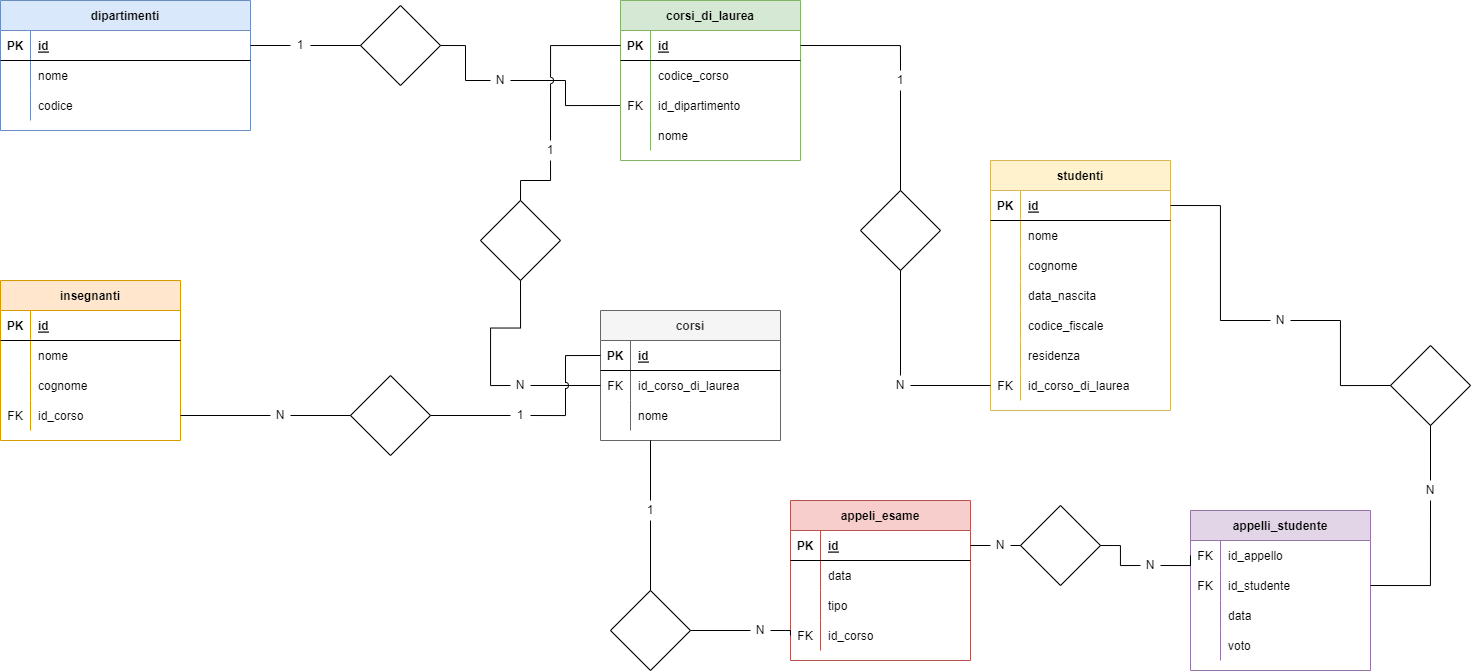
Earlier version of the draw.io export db-university.drawio.png (Stiv1100001/db-university). Source tidied: cells renumbered, new cells last; positions are measured from the earlier drawing's top-left corner, leaving out a move shared by most shapes.
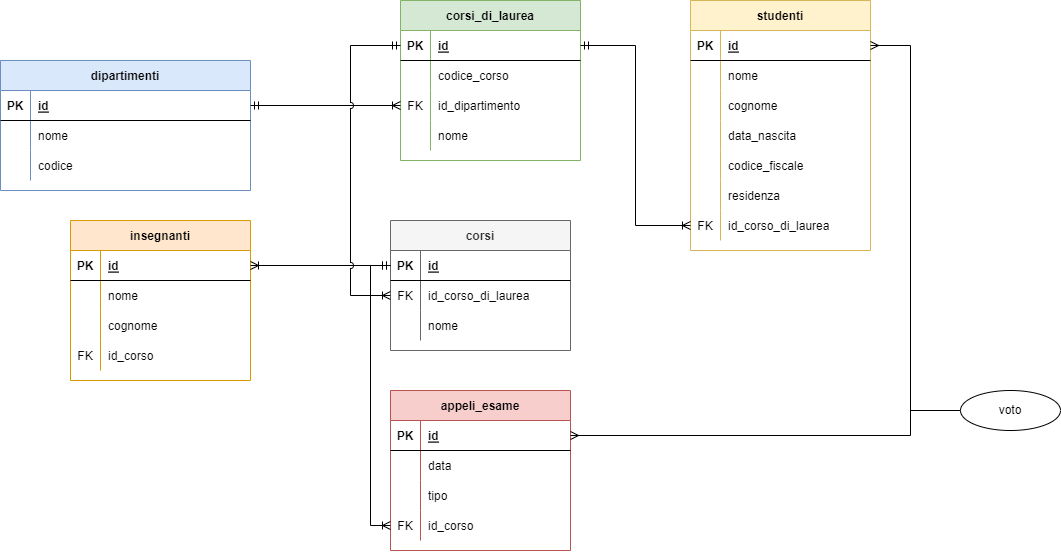
After the commit.

Change to the diagram source:
```diff
@@ -4,7 +4,4 @@
     <mxCell id="1" parent="0" />
-    <mxCell id="2" style="edgeStyle=orthogonalEdgeStyle;rounded=0;jettySize=auto;html=1;exitX=1;exitY=0.5;exitDx=0;exitDy=0;entryX=0;entryY=0.5;entryDx=0;entryDy=0;endArrow=none;endFill=0;startArrow=none;" parent="1" edge="1" source="57" target="20">
-      <mxGeometry relative="1" as="geometry" />
-    </mxCell>
     <mxCell id="3" value="dipartimenti" style="shape=table;startSize=30;rowLines=0;fontStyle=1;align=center;fillColor=#dae8fc;strokeColor=#6c8ebf;" parent="1" vertex="1">
-      <mxGeometry width="250" height="130" as="geometry" />
+      <mxGeometry y="60" width="250" height="130" as="geometry" />
     </mxCell>
@@ -38,3 +35,3 @@
     <mxCell id="13" value="corsi_di_laurea" style="shape=table;startSize=30;rowLines=0;fontStyle=1;align=center;fillColor=#d5e8d4;strokeColor=#82b366;" parent="1" vertex="1">
-      <mxGeometry x="620" width="180" height="160" as="geometry" />
+      <mxGeometry x="400" width="180" height="160" as="geometry" />
     </mxCell>
@@ -76,10 +73,4 @@
     </mxCell>
-    <mxCell id="26" style="rhombus;whiteSpace=wrap;html=1;" parent="1" vertex="1">
-      <mxGeometry x="360" y="5" width="80" height="80" as="geometry" />
-    </mxCell>
-    <mxCell id="27" style="edgeStyle=orthogonalEdgeStyle;rounded=0;jettySize=auto;html=1;exitX=1;exitY=0.5;exitDx=0;exitDy=0;entryX=0;entryY=0.5;entryDx=0;entryDy=0;endArrow=none;endFill=0;startArrow=none;" parent="1" edge="1" source="55" target="26">
-      <mxGeometry relative="1" as="geometry" />
-    </mxCell>
     <mxCell id="28" value="corsi" style="shape=table;startSize=30;rowLines=0;fontStyle=1;align=center;fillColor=#f5f5f5;fontColor=#333333;strokeColor=#666666;" parent="1" vertex="1">
-      <mxGeometry x="600" y="310" width="180" height="130" as="geometry" />
+      <mxGeometry x="390" y="220" width="180" height="130" as="geometry" />
     </mxCell>
@@ -112,10 +103,4 @@
     </mxCell>
-    <mxCell id="38" style="rhombus;whiteSpace=wrap;html=1;" parent="1" vertex="1">
-      <mxGeometry x="480" y="200" width="80" height="80" as="geometry" />
-    </mxCell>
-    <mxCell id="39" style="edgeStyle=orthogonalEdgeStyle;rounded=0;jettySize=auto;html=1;exitX=0;exitY=0.5;exitDx=0;exitDy=0;endArrow=none;endFill=0;entryX=0.5;entryY=1;entryDx=0;entryDy=0;startArrow=none;" parent="1" edge="1" source="62" target="38">
-      <mxGeometry relative="1" as="geometry" />
-    </mxCell>
     <mxCell id="40" value="insegnanti" style="shape=table;startSize=30;rowLines=0;fontStyle=1;align=center;fillColor=#ffe6cc;strokeColor=#d79b00;" parent="1" vertex="1">
-      <mxGeometry y="280" width="180" height="160" as="geometry" />
+      <mxGeometry x="70" y="220" width="180" height="160" as="geometry" />
     </mxCell>
@@ -157,57 +142,4 @@
     </mxCell>
-    <mxCell id="53" style="edgeStyle=orthogonalEdgeStyle;rounded=0;jettySize=auto;html=1;exitX=0;exitY=0.5;exitDx=0;exitDy=0;entryX=1;entryY=0.5;entryDx=0;entryDy=0;endArrow=none;endFill=0;startArrow=none;" parent="1" edge="1" source="67" target="50">
-      <mxGeometry relative="1" as="geometry" />
-    </mxCell>
-    <mxCell id="54" style="rhombus;whiteSpace=wrap;html=1;" parent="1" vertex="1">
-      <mxGeometry x="350" y="375" width="80" height="80" as="geometry" />
-    </mxCell>
-    <mxCell id="55" value="1" style="text;html=1;strokeColor=none;fillColor=none;align=center;verticalAlign=middle;whiteSpace=wrap;rounded=0;" parent="1" vertex="1">
-      <mxGeometry x="290" y="35" width="20" height="20" as="geometry" />
-    </mxCell>
-    <mxCell id="56" style="edgeStyle=orthogonalEdgeStyle;rounded=0;jettySize=auto;html=1;exitX=1;exitY=0.5;exitDx=0;exitDy=0;entryX=0;entryY=0.5;entryDx=0;entryDy=0;endArrow=none;endFill=0;" parent="1" edge="1" source="4" target="55">
-      <mxGeometry relative="1" as="geometry" />
-    </mxCell>
-    <mxCell id="57" value="N" style="text;html=1;strokeColor=none;fillColor=none;align=center;verticalAlign=middle;whiteSpace=wrap;rounded=0;" parent="1" vertex="1">
-      <mxGeometry x="490" y="70" width="20" height="20" as="geometry" />
-    </mxCell>
-    <mxCell id="58" style="edgeStyle=orthogonalEdgeStyle;rounded=0;jettySize=auto;html=1;exitX=1;exitY=0.5;exitDx=0;exitDy=0;endArrow=none;endFill=0;startArrow=none;entryX=0;entryY=0.5;entryDx=0;entryDy=0;" parent="1" edge="1" source="26" target="57">
-      <mxGeometry relative="1" as="geometry" />
-    </mxCell>
-    <mxCell id="59" style="edgeStyle=orthogonalEdgeStyle;rounded=0;jettySize=auto;html=1;exitX=0.5;exitY=0;exitDx=0;exitDy=0;entryX=0;entryY=0.5;entryDx=0;entryDy=0;endArrow=none;endFill=0;jumpStyle=arc;" parent="1" edge="1" source="60" target="14">
-      <mxGeometry relative="1" as="geometry">
-        <Array as="points">
-          <mxPoint x="550" y="140" />
-          <mxPoint x="550" y="45" />
-        </Array>
-      </mxGeometry>
-    </mxCell>
-    <mxCell id="60" value="1" style="text;html=1;strokeColor=none;fillColor=none;align=center;verticalAlign=middle;whiteSpace=wrap;rounded=0;" parent="1" vertex="1">
-      <mxGeometry x="540" y="140" width="20" height="20" as="geometry" />
-    </mxCell>
-    <mxCell id="61" style="edgeStyle=orthogonalEdgeStyle;rounded=0;jettySize=auto;html=1;exitX=0.5;exitY=0;exitDx=0;exitDy=0;entryX=0.5;entryY=1;entryDx=0;entryDy=0;endArrow=none;endFill=0;startArrow=none;" parent="1" edge="1" source="38" target="60">
-      <mxGeometry relative="1" as="geometry" />
-    </mxCell>
-    <mxCell id="62" value="N" style="text;html=1;strokeColor=none;fillColor=none;align=center;verticalAlign=middle;whiteSpace=wrap;rounded=0;" parent="1" vertex="1">
-      <mxGeometry x="510" y="375" width="20" height="20" as="geometry" />
-    </mxCell>
-    <mxCell id="63" style="edgeStyle=orthogonalEdgeStyle;rounded=0;jettySize=auto;html=1;exitX=0;exitY=0.5;exitDx=0;exitDy=0;endArrow=none;endFill=0;entryX=1;entryY=0.5;entryDx=0;entryDy=0;" parent="1" edge="1" source="32" target="62">
-      <mxGeometry relative="1" as="geometry" />
-    </mxCell>
-    <mxCell id="64" style="edgeStyle=orthogonalEdgeStyle;rounded=0;jettySize=auto;html=1;exitX=0;exitY=0.5;exitDx=0;exitDy=0;entryX=1;entryY=0.5;entryDx=0;entryDy=0;endArrow=none;endFill=0;" parent="1" edge="1" source="66" target="54">
-      <mxGeometry relative="1" as="geometry" />
-    </mxCell>
-    <mxCell id="65" style="edgeStyle=orthogonalEdgeStyle;rounded=0;jumpStyle=arc;jettySize=auto;html=1;exitX=1;exitY=0.5;exitDx=0;exitDy=0;entryX=0;entryY=0.5;entryDx=0;entryDy=0;endArrow=none;endFill=0;" parent="1" edge="1" source="66" target="29">
-      <mxGeometry relative="1" as="geometry" />
-    </mxCell>
-    <mxCell id="66" value="1" style="text;html=1;strokeColor=none;fillColor=none;align=center;verticalAlign=middle;whiteSpace=wrap;rounded=0;" parent="1" vertex="1">
-      <mxGeometry x="510" y="405" width="20" height="20" as="geometry" />
-    </mxCell>
-    <mxCell id="67" value="N" style="text;html=1;strokeColor=none;fillColor=none;align=center;verticalAlign=middle;whiteSpace=wrap;rounded=0;" parent="1" vertex="1">
-      <mxGeometry x="270" y="405" width="20" height="20" as="geometry" />
-    </mxCell>
-    <mxCell id="68" style="edgeStyle=orthogonalEdgeStyle;rounded=0;jettySize=auto;html=1;exitX=0;exitY=0.5;exitDx=0;exitDy=0;entryX=1;entryY=0.5;entryDx=0;entryDy=0;endArrow=none;endFill=0;" parent="1" edge="1" source="54" target="67">
-      <mxGeometry relative="1" as="geometry" />
-    </mxCell>
     <mxCell id="69" value="appeli_esame" style="shape=table;startSize=30;rowLines=0;fontStyle=1;align=center;fillColor=#f8cecc;strokeColor=#b85450;" parent="1" vertex="1">
-      <mxGeometry x="790" y="500" width="180" height="160" as="geometry" />
+      <mxGeometry x="390" y="390" width="180" height="160" as="geometry" />
     </mxCell>
@@ -249,27 +181,4 @@
     </mxCell>
-    <mxCell id="82" style="edgeStyle=orthogonalEdgeStyle;rounded=0;jettySize=auto;html=1;exitX=0.5;exitY=0;exitDx=0;exitDy=0;endArrow=none;endFill=0;startArrow=none;" parent="1" edge="1" source="88">
-      <mxGeometry relative="1" as="geometry">
-        <mxPoint x="650" y="440" as="targetPoint" />
-      </mxGeometry>
-    </mxCell>
-    <mxCell id="83" style="rhombus;whiteSpace=wrap;html=1;" parent="1" vertex="1">
-      <mxGeometry x="610" y="590" width="80" height="80" as="geometry" />
-    </mxCell>
-    <mxCell id="84" style="edgeStyle=orthogonalEdgeStyle;rounded=0;jettySize=auto;html=1;exitX=0;exitY=0.5;exitDx=0;exitDy=0;entryX=1;entryY=0.5;entryDx=0;entryDy=0;endArrow=none;endFill=0;" parent="1" edge="1" source="86" target="83">
-      <mxGeometry relative="1" as="geometry" />
-    </mxCell>
-    <mxCell id="85" style="edgeStyle=orthogonalEdgeStyle;rounded=0;jettySize=auto;html=1;exitX=1;exitY=0.5;exitDx=0;exitDy=0;entryX=0;entryY=0.5;entryDx=0;entryDy=0;endArrow=none;endFill=0;" parent="1" edge="1" source="86" target="79">
-      <mxGeometry relative="1" as="geometry" />
-    </mxCell>
-    <mxCell id="86" value="N" style="text;html=1;strokeColor=none;fillColor=none;align=center;verticalAlign=middle;whiteSpace=wrap;rounded=0;" parent="1" vertex="1">
-      <mxGeometry x="750" y="615" width="20" height="30" as="geometry" />
-    </mxCell>
-    <mxCell id="87" style="edgeStyle=orthogonalEdgeStyle;rounded=0;jettySize=auto;html=1;exitX=0.5;exitY=1;exitDx=0;exitDy=0;entryX=0.5;entryY=0;entryDx=0;entryDy=0;endArrow=none;endFill=0;" parent="1" edge="1" source="88" target="83">
-      <mxGeometry relative="1" as="geometry" />
-    </mxCell>
-    <mxCell id="88" value="1" style="text;html=1;strokeColor=none;fillColor=none;align=center;verticalAlign=middle;whiteSpace=wrap;rounded=0;" parent="1" vertex="1">
-      <mxGeometry x="640" y="500" width="20" height="20" as="geometry" />
-    </mxCell>
     <mxCell id="89" value="studenti" style="shape=table;startSize=30;rowLines=0;fontStyle=1;align=center;fillColor=#fff2cc;strokeColor=#d6b656;" parent="1" vertex="1">
-      <mxGeometry x="990" y="160" width="180" height="250" as="geometry" />
+      <mxGeometry x="690" width="180" height="250" as="geometry" />
     </mxCell>
@@ -338,104 +247,49 @@
     </mxCell>
-    <mxCell id="111" style="edgeStyle=orthogonalEdgeStyle;rounded=0;jettySize=auto;html=1;exitX=0.5;exitY=0;exitDx=0;exitDy=0;entryX=1;entryY=0.5;entryDx=0;entryDy=0;endArrow=none;endFill=0;startArrow=none;" parent="1" edge="1" source="114" target="14">
-      <mxGeometry relative="1" as="geometry" />
-    </mxCell>
-    <mxCell id="112" style="rhombus;whiteSpace=wrap;html=1;" parent="1" vertex="1">
-      <mxGeometry x="860" y="190" width="80" height="80" as="geometry" />
-    </mxCell>
-    <mxCell id="113" style="edgeStyle=orthogonalEdgeStyle;rounded=0;jettySize=auto;html=1;exitX=0.5;exitY=0;exitDx=0;exitDy=0;entryX=0.5;entryY=1;entryDx=0;entryDy=0;endArrow=none;endFill=0;startArrow=none;" parent="1" edge="1" source="116" target="112">
-      <mxGeometry relative="1" as="geometry" />
-    </mxCell>
-    <mxCell id="114" value="1" style="text;html=1;strokeColor=none;fillColor=none;align=center;verticalAlign=middle;whiteSpace=wrap;rounded=0;" parent="1" vertex="1">
-      <mxGeometry x="890" y="70" width="20" height="20" as="geometry" />
-    </mxCell>
-    <mxCell id="115" style="edgeStyle=orthogonalEdgeStyle;rounded=0;jettySize=auto;html=1;exitX=0.5;exitY=0;exitDx=0;exitDy=0;entryX=0.5;entryY=1;entryDx=0;entryDy=0;endArrow=none;endFill=0;startArrow=none;" parent="1" edge="1" source="112" target="114">
-      <mxGeometry relative="1" as="geometry" />
-    </mxCell>
-    <mxCell id="116" value="N" style="text;html=1;strokeColor=none;fillColor=none;align=center;verticalAlign=middle;whiteSpace=wrap;rounded=0;" parent="1" vertex="1">
-      <mxGeometry x="890" y="375" width="20" height="20" as="geometry" />
-    </mxCell>
-    <mxCell id="117" style="edgeStyle=orthogonalEdgeStyle;rounded=0;jettySize=auto;html=1;exitX=0;exitY=0.5;exitDx=0;exitDy=0;entryX=1;entryY=0.5;entryDx=0;entryDy=0;endArrow=none;endFill=0;" parent="1" edge="1" source="108" target="116">
-      <mxGeometry relative="1" as="geometry" />
-    </mxCell>
-    <mxCell id="118" value="appelli_studente" style="shape=table;startSize=30;rowLines=0;fontStyle=1;align=center;fillColor=#e1d5e7;strokeColor=#9673a6;" parent="1" vertex="1">
-      <mxGeometry x="1190" y="510" width="180" height="160" as="geometry" />
-    </mxCell>
-    <mxCell id="119" style="shape=tableRow;horizontal=0;startSize=0;swimlaneHead=0;swimlaneBody=0;fillColor=none;points=[[0,0.5],[1,0.5]];portConstraint=eastwest;top=0;left=0;right=0;bottom=0;" parent="118" vertex="1">
-      <mxGeometry y="30" width="180" height="30" as="geometry" />
-    </mxCell>
-    <mxCell id="120" value="FK" style="shape=partialRectangle;fillColor=none;top=0;left=0;bottom=0;right=0;overflow=hidden;" parent="119" vertex="1">
-      <mxGeometry width="30" height="30" as="geometry" />
-    </mxCell>
-    <mxCell id="121" value="id_appello" style="shape=partialRectangle;fillColor=none;top=0;left=0;bottom=0;right=0;align=left;spacingLeft=6;overflow=hidden;" parent="119" vertex="1">
-      <mxGeometry x="30" width="150" height="30" as="geometry" />
-    </mxCell>
-    <mxCell id="122" style="shape=tableRow;horizontal=0;startSize=0;swimlaneHead=0;swimlaneBody=0;fillColor=none;points=[[0,0.5],[1,0.5]];portConstraint=eastwest;top=0;left=0;right=0;bottom=0;" parent="118" vertex="1">
-      <mxGeometry y="60" width="180" height="30" as="geometry" />
-    </mxCell>
-    <mxCell id="123" value="FK" style="shape=partialRectangle;fillColor=none;top=0;left=0;bottom=0;right=0;overflow=hidden;" parent="122" vertex="1">
-      <mxGeometry width="30" height="30" as="geometry" />
-    </mxCell>
-    <mxCell id="124" value="id_studente" style="shape=partialRectangle;fillColor=none;top=0;left=0;bottom=0;right=0;align=left;spacingLeft=6;overflow=hidden;" parent="122" vertex="1">
-      <mxGeometry x="30" width="150" height="30" as="geometry" />
-    </mxCell>
-    <mxCell id="125" style="shape=tableRow;horizontal=0;startSize=0;swimlaneHead=0;swimlaneBody=0;fillColor=none;top=0;left=0;right=0;bottom=0;" parent="118" vertex="1">
-      <mxGeometry y="90" width="180" height="30" as="geometry" />
-    </mxCell>
-    <mxCell id="126" style="shape=partialRectangle;fillColor=none;top=0;left=0;bottom=0;right=0;overflow=hidden;" parent="125" vertex="1">
-      <mxGeometry width="30" height="30" as="geometry" />
-    </mxCell>
-    <mxCell id="127" value="data" style="shape=partialRectangle;fillColor=none;top=0;left=0;bottom=0;right=0;align=left;spacingLeft=6;overflow=hidden;" parent="125" vertex="1">
-      <mxGeometry x="30" width="150" height="30" as="geometry" />
-    </mxCell>
-    <mxCell id="128" style="shape=tableRow;horizontal=0;startSize=0;swimlaneHead=0;swimlaneBody=0;fillColor=none;top=0;left=0;right=0;bottom=0;" parent="118" vertex="1">
-      <mxGeometry y="120" width="180" height="30" as="geometry" />
-    </mxCell>
-    <mxCell id="129" style="shape=partialRectangle;fillColor=none;top=0;left=0;bottom=0;right=0;overflow=hidden;" parent="128" vertex="1">
-      <mxGeometry width="30" height="30" as="geometry" />
-    </mxCell>
+    <mxCell id="145" style="edgeStyle=orthogonalEdgeStyle;rounded=0;jumpStyle=arc;orthogonalLoop=1;jettySize=auto;html=1;exitX=0;exitY=0.5;exitDx=0;exitDy=0;endArrow=none;endFill=0;" parent="1" edge="1">
+      <mxGeometry relative="1" as="geometry">
+        <mxPoint x="980" y="545" as="sourcePoint" />
+        <mxPoint x="980" y="545" as="targetPoint" />
+      </mxGeometry>
+    </mxCell>
+    <mxCell id="146" style="edgeStyle=entityRelationEdgeStyle;fontSize=12;html=1;endArrow=ERoneToMany;startArrow=ERmandOne;rounded=0;jumpStyle=arc;exitX=1;exitY=0.5;exitDx=0;exitDy=0;entryX=0;entryY=0.5;entryDx=0;entryDy=0;" parent="1" edge="1" source="4" target="20">
+      <mxGeometry relative="1" as="geometry" />
+    </mxCell>
+    <mxCell id="147" style="edgeStyle=orthogonalEdgeStyle;fontSize=12;html=1;endArrow=ERoneToMany;startArrow=ERmandOne;rounded=0;jumpStyle=arc;exitX=1;exitY=0.5;exitDx=0;exitDy=0;entryX=0;entryY=0.5;entryDx=0;entryDy=0;" parent="1" edge="1" source="14" target="108">
+      <mxGeometry relative="1" as="geometry" />
+    </mxCell>
+    <mxCell id="148" style="edgeStyle=orthogonalEdgeStyle;fontSize=12;html=1;endArrow=ERoneToMany;startArrow=ERmandOne;rounded=0;jumpStyle=arc;exitX=0;exitY=0.5;exitDx=0;exitDy=0;entryX=1;entryY=0.5;entryDx=0;entryDy=0;" parent="1" edge="1" source="29" target="41">
+      <mxGeometry relative="1" as="geometry" />
+    </mxCell>
+    <mxCell id="149" style="edgeStyle=orthogonalEdgeStyle;fontSize=12;html=1;endArrow=ERoneToMany;startArrow=ERmandOne;rounded=0;jumpStyle=arc;exitX=0;exitY=0.5;exitDx=0;exitDy=0;entryX=0;entryY=0.5;entryDx=0;entryDy=0;" parent="1" edge="1" source="14" target="32">
+      <mxGeometry relative="1" as="geometry">
+        <Array as="points">
+          <mxPoint x="350" y="45" />
+          <mxPoint x="350" y="295" />
+        </Array>
+      </mxGeometry>
+    </mxCell>
+    <mxCell id="150" style="edgeStyle=orthogonalEdgeStyle;fontSize=12;html=1;endArrow=ERoneToMany;startArrow=ERmandOne;rounded=0;jumpStyle=none;exitX=0;exitY=0.5;exitDx=0;exitDy=0;entryX=0;entryY=0.5;entryDx=0;entryDy=0;" parent="1" edge="1" source="29" target="79">
+      <mxGeometry relative="1" as="geometry">
+        <Array as="points">
+          <mxPoint x="370" y="265" />
+          <mxPoint x="370" y="525" />
+        </Array>
+      </mxGeometry>
+    </mxCell>
+    <mxCell id="151" style="edgeStyle=orthogonalEdgeStyle;fontSize=12;html=1;endArrow=ERmany;startArrow=ERmany;rounded=0;jumpStyle=none;entryX=1;entryY=0.5;entryDx=0;entryDy=0;exitX=1;exitY=0.5;exitDx=0;exitDy=0;" parent="1" edge="1" source="70" target="90">
+      <mxGeometry relative="1" as="geometry">
+        <Array as="points">
+          <mxPoint x="910" y="435" />
+          <mxPoint x="910" y="45" />
+        </Array>
+      </mxGeometry>
+    </mxCell>
+    <mxCell id="152" style="edgeStyle=orthogonalEdgeStyle;rounded=0;jumpStyle=none;jettySize=auto;html=1;exitX=0;exitY=0.5;exitDx=0;exitDy=0;endArrow=none;endFill=0;" parent="1" edge="1" source="130">
+      <mxGeometry relative="1" as="geometry">
+        <mxPoint x="910" y="410" as="targetPoint" />
+      </mxGeometry>
+    </mxCell>
-    <mxCell id="130" value="voto" style="shape=partialRectangle;fillColor=none;top=0;left=0;bottom=0;right=0;align=left;spacingLeft=6;overflow=hidden;" parent="128" vertex="1">
-      <mxGeometry x="30" width="150" height="30" as="geometry" />
+    <mxCell id="130" value="voto" style="ellipse;whiteSpace=wrap;html=1;align=center;rounded=0;strokeColor=default;fillColor=none;gradientColor=#CCCCFF;gradientDirection=south;" parent="1" vertex="1">
+      <mxGeometry x="960" y="390" width="100" height="40" as="geometry" />
     </mxCell>
-    <mxCell id="131" style="edgeStyle=orthogonalEdgeStyle;rounded=0;jettySize=auto;html=1;exitX=1;exitY=0.5;exitDx=0;exitDy=0;entryX=0;entryY=0.5;entryDx=0;entryDy=0;endArrow=none;endFill=0;startArrow=none;" parent="1" edge="1" source="141" target="119">
-      <mxGeometry relative="1" as="geometry" />
-    </mxCell>
-    <mxCell id="132" style="rhombus;whiteSpace=wrap;html=1;" parent="1" vertex="1">
-      <mxGeometry x="1020" y="505" width="80" height="80" as="geometry" />
-    </mxCell>
-    <mxCell id="133" style="edgeStyle=orthogonalEdgeStyle;rounded=0;jettySize=auto;html=1;exitX=1;exitY=0.5;exitDx=0;exitDy=0;entryX=0;entryY=0.5;entryDx=0;entryDy=0;endArrow=none;endFill=0;startArrow=none;" parent="1" edge="1" source="143" target="132">
-      <mxGeometry relative="1" as="geometry" />
-    </mxCell>
-    <mxCell id="134" style="edgeStyle=orthogonalEdgeStyle;rounded=0;jettySize=auto;html=1;exitX=0.5;exitY=1;exitDx=0;exitDy=0;entryX=1;entryY=0.5;entryDx=0;entryDy=0;endArrow=none;endFill=0;startArrow=none;" parent="1" edge="1" source="139" target="122">
-      <mxGeometry relative="1" as="geometry" />
-    </mxCell>
-    <mxCell id="135" style="rhombus;whiteSpace=wrap;html=1;" parent="1" vertex="1">
-      <mxGeometry x="1390" y="345" width="80" height="80" as="geometry" />
-    </mxCell>
-    <mxCell id="136" style="edgeStyle=orthogonalEdgeStyle;rounded=0;jettySize=auto;html=1;exitX=1;exitY=0.5;exitDx=0;exitDy=0;entryX=0;entryY=0.5;entryDx=0;entryDy=0;endArrow=none;endFill=0;startArrow=none;" parent="1" edge="1" source="137" target="135">
-      <mxGeometry relative="1" as="geometry" />
-    </mxCell>
-    <mxCell id="137" value="N" style="text;html=1;strokeColor=none;fillColor=none;align=center;verticalAlign=middle;whiteSpace=wrap;rounded=0;" parent="1" vertex="1">
-      <mxGeometry x="1270" y="310" width="20" height="20" as="geometry" />
-    </mxCell>
-    <mxCell id="138" style="edgeStyle=orthogonalEdgeStyle;rounded=0;jettySize=auto;html=1;exitX=1;exitY=0.5;exitDx=0;exitDy=0;entryX=0;entryY=0.5;entryDx=0;entryDy=0;endArrow=none;endFill=0;" parent="1" edge="1" source="90" target="137">
-      <mxGeometry relative="1" as="geometry" />
-    </mxCell>
-    <mxCell id="139" value="N" style="text;html=1;strokeColor=none;fillColor=none;align=center;verticalAlign=middle;whiteSpace=wrap;rounded=0;" parent="1" vertex="1">
-      <mxGeometry x="1420" y="480" width="20" height="20" as="geometry" />
-    </mxCell>
-    <mxCell id="140" style="edgeStyle=orthogonalEdgeStyle;rounded=0;jettySize=auto;html=1;exitX=0.5;exitY=1;exitDx=0;exitDy=0;entryX=0.5;entryY=0;entryDx=0;entryDy=0;endArrow=none;endFill=0;" parent="1" edge="1" source="135" target="139">
-      <mxGeometry relative="1" as="geometry" />
-    </mxCell>
-    <mxCell id="141" value="N" style="text;html=1;strokeColor=none;fillColor=none;align=center;verticalAlign=middle;whiteSpace=wrap;rounded=0;" parent="1" vertex="1">
-      <mxGeometry x="1140" y="555" width="20" height="20" as="geometry" />
-    </mxCell>
-    <mxCell id="142" style="edgeStyle=orthogonalEdgeStyle;rounded=0;jettySize=auto;html=1;exitX=1;exitY=0.5;exitDx=0;exitDy=0;entryX=0;entryY=0.5;entryDx=0;entryDy=0;endArrow=none;endFill=0;" parent="1" edge="1" source="132" target="141">
-      <mxGeometry relative="1" as="geometry" />
-    </mxCell>
-    <mxCell id="143" value="N" style="text;html=1;strokeColor=none;fillColor=none;align=center;verticalAlign=middle;whiteSpace=wrap;rounded=0;" parent="1" vertex="1">
-      <mxGeometry x="990" y="535" width="20" height="20" as="geometry" />
-    </mxCell>
-    <mxCell id="144" style="edgeStyle=orthogonalEdgeStyle;rounded=0;jettySize=auto;html=1;exitX=1;exitY=0.5;exitDx=0;exitDy=0;entryX=0;entryY=0.5;entryDx=0;entryDy=0;endArrow=none;endFill=0;" parent="1" edge="1" source="70" target="143">
-      <mxGeometry relative="1" as="geometry" />
-    </mxCell>
   </root>
```
